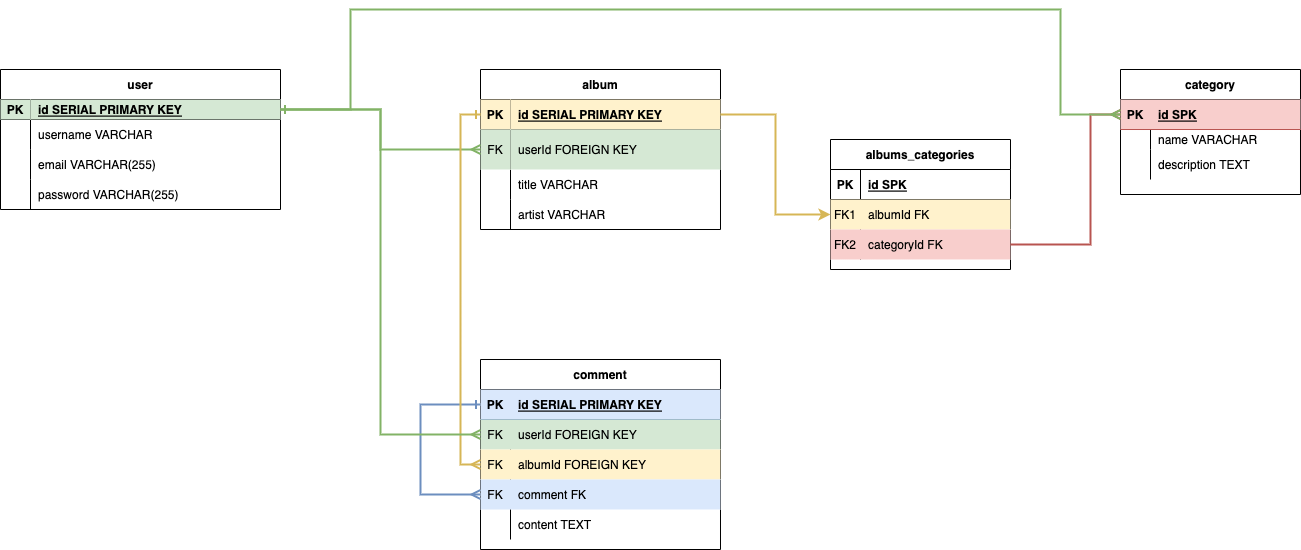
This is Copy of Untitled Diagram.drawio.png from zbrose/side-side, a draw.io export, as it was before one commit. Source tidied: cells renumbered, new cells last; positions are measured from the earlier drawing's top-left corner, leaving out a move shared by most shapes.
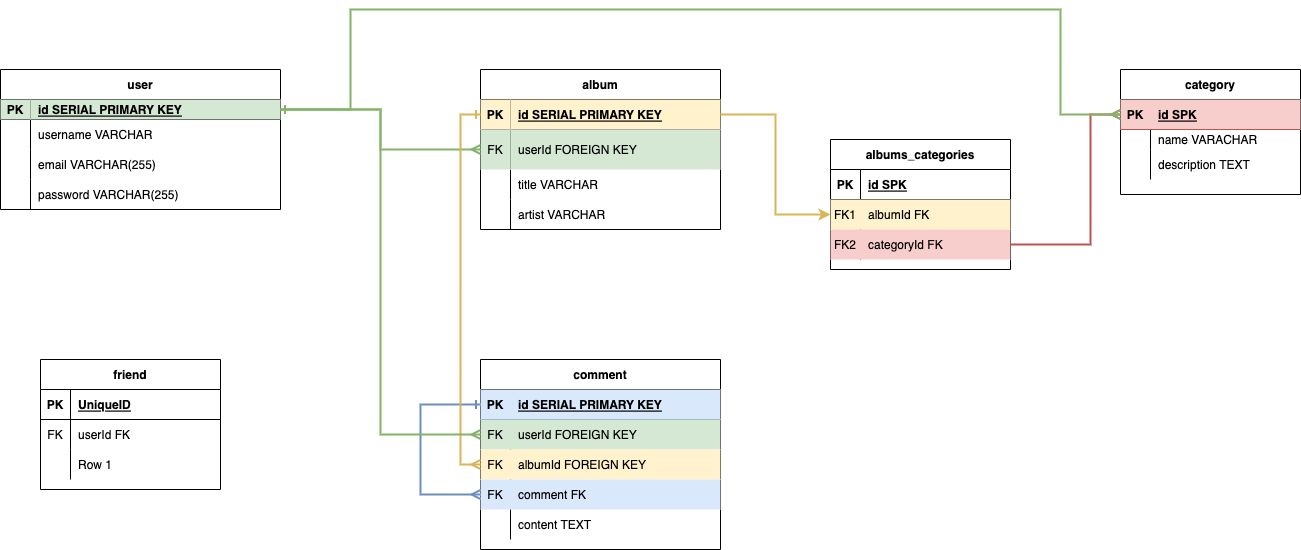
Above is the later version.

The edit, as a diff of the source:
```diff
@@ -226,5 +226,35 @@
         </Array>
       </mxGeometry>
     </mxCell>
+    <mxCell id="71" value="friend" style="shape=table;startSize=30;rowLines=0;fontStyle=1;align=center;" parent="1" vertex="1">
+      <mxGeometry x="40" y="350" width="180" height="130" as="geometry" />
+    </mxCell>
+    <mxCell id="72" style="shape=tableRow;horizontal=0;startSize=0;swimlaneHead=0;swimlaneBody=0;fillColor=none;top=0;left=0;right=0;bottom=1;" parent="71" vertex="1">
+      <mxGeometry y="30" width="180" height="30" as="geometry" />
+    </mxCell>
+    <mxCell id="73" value="PK" style="shape=partialRectangle;fillColor=none;top=0;left=0;bottom=0;right=0;fontStyle=1;overflow=hidden;" parent="72" vertex="1">
+      <mxGeometry width="30" height="30" as="geometry" />
+    </mxCell>
+    <mxCell id="74" value="UniqueID" style="shape=partialRectangle;fillColor=none;top=0;left=0;bottom=0;right=0;align=left;spacingLeft=6;fontStyle=5;overflow=hidden;" parent="72" vertex="1">
+      <mxGeometry x="30" width="150" height="30" as="geometry" />
+    </mxCell>
+    <mxCell id="75" style="shape=tableRow;horizontal=0;startSize=0;swimlaneHead=0;swimlaneBody=0;fillColor=none;top=0;left=0;right=0;bottom=0;" parent="71" vertex="1">
+      <mxGeometry y="60" width="180" height="30" as="geometry" />
+    </mxCell>
+    <mxCell id="76" value="FK" style="shape=partialRectangle;fillColor=none;top=0;left=0;bottom=0;right=0;fontStyle=0;overflow=hidden;" parent="75" vertex="1">
+      <mxGeometry width="30" height="30" as="geometry" />
+    </mxCell>
+    <mxCell id="77" value="userId FK" style="shape=partialRectangle;fillColor=none;top=0;left=0;bottom=0;right=0;align=left;spacingLeft=6;fontStyle=0;overflow=hidden;" parent="75" vertex="1">
+      <mxGeometry x="30" width="150" height="30" as="geometry" />
+    </mxCell>
+    <mxCell id="78" style="shape=tableRow;horizontal=0;startSize=0;swimlaneHead=0;swimlaneBody=0;fillColor=none;top=0;left=0;right=0;bottom=0;" parent="71" vertex="1">
+      <mxGeometry y="90" width="180" height="30" as="geometry" />
+    </mxCell>
+    <mxCell id="79" style="shape=partialRectangle;fillColor=none;top=0;left=0;bottom=0;right=0;overflow=hidden;" parent="78" vertex="1">
+      <mxGeometry width="30" height="30" as="geometry" />
+    </mxCell>
+    <mxCell id="80" value="Row 1" style="shape=partialRectangle;fillColor=none;top=0;left=0;bottom=0;right=0;align=left;spacingLeft=6;overflow=hidden;" parent="78" vertex="1">
+      <mxGeometry x="30" width="150" height="30" as="geometry" />
+    </mxCell>
   </root>
 </mxGraphModel>
```
